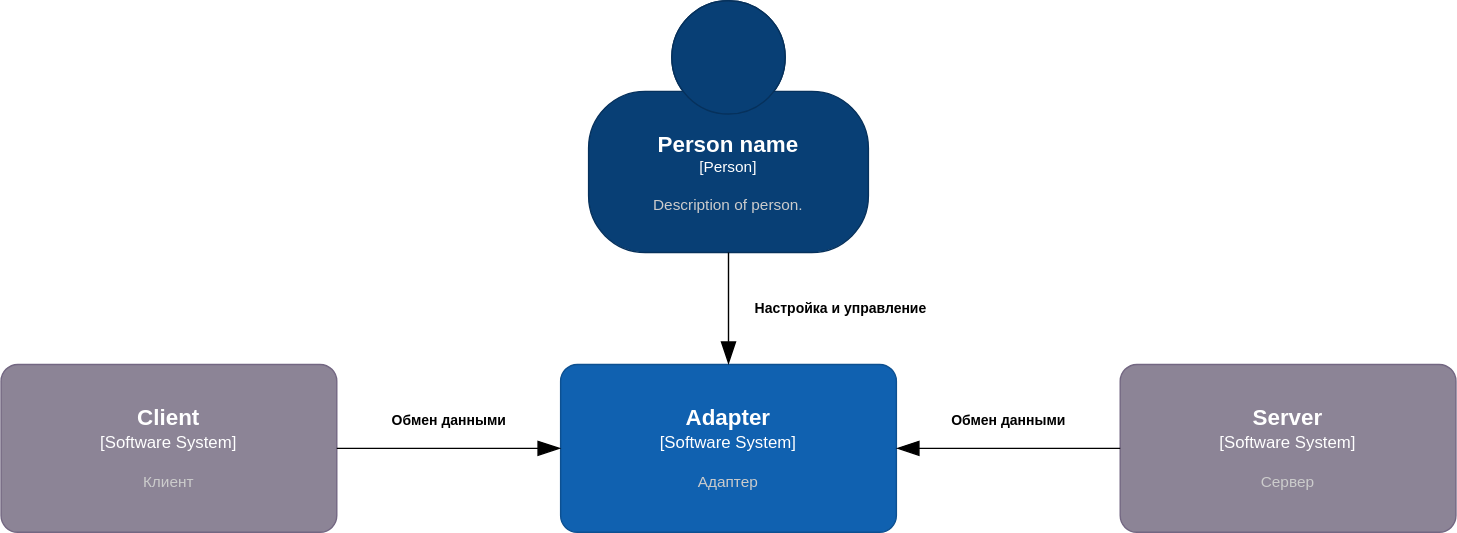
The draw.io diagram diagrams/SystemContextDiagram.svg in OmarovAmir/otus, before a commit. Source tidied: cells renumbered, new cells last; positions are measured from the earlier drawing's top-left corner, leaving out a move shared by most shapes.
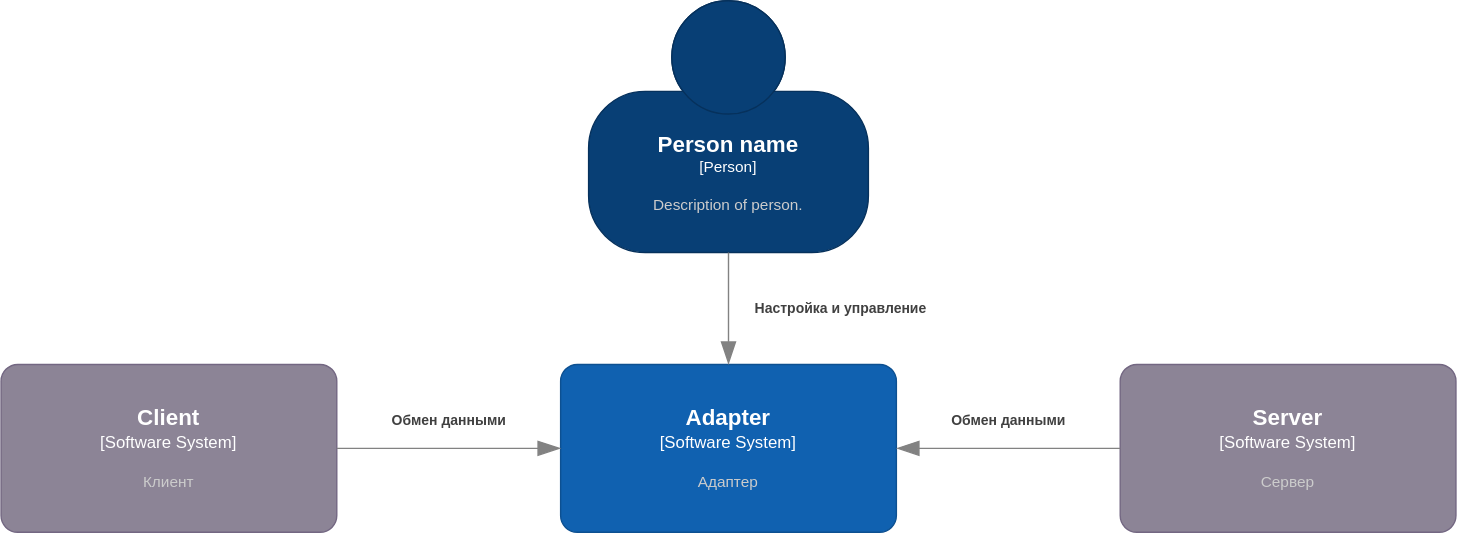
The same file after the commit.

The edit, as a diff of the source:
```diff
@@ -1,4 +1,4 @@
-<mxGraphModel>
+<mxGraphModel background="#ffffff">
   <root>
     <mxCell id="0" />
     <mxCell id="1" parent="0" />
@@ -18,12 +18,12 @@
       </mxCell>
     </object>
     <object id="5" label="&lt;div style=&quot;text-align: left&quot;&gt;&lt;div style=&quot;text-align: center&quot;&gt;&lt;b&gt;%c4Description%&lt;/b&gt;&lt;/div&gt;&lt;/div&gt;" c4Description="Обмен данными" c4Type="Relationship" placeholders="1">
-      <mxCell style="endArrow=blockThin;html=1;fontSize=10;fontColor=#000000;strokeWidth=1;endFill=1;strokeColor=#000000;elbow=vertical;endSize=14;startSize=14;jumpStyle=arc;jumpSize=16;rounded=0;edgeStyle=orthogonalEdgeStyle;exitX=1;exitY=0.5;exitDx=0;exitDy=0;exitPerimeter=0;entryX=0;entryY=0.5;entryDx=0;entryDy=0;entryPerimeter=0;startArrow=none;startFill=0;labelBackgroundColor=none;" parent="1" edge="1" source="2" target="3">
+      <mxCell style="endArrow=blockThin;html=1;fontSize=10;fontColor=#404040;strokeWidth=1;endFill=1;strokeColor=#828282;elbow=vertical;endSize=14;startSize=14;jumpStyle=arc;jumpSize=16;rounded=0;edgeStyle=orthogonalEdgeStyle;exitX=1;exitY=0.5;exitDx=0;exitDy=0;exitPerimeter=0;entryX=0;entryY=0.5;entryDx=0;entryDy=0;entryPerimeter=0;startArrow=none;startFill=0;labelBackgroundColor=none;" parent="1" edge="1" source="2" target="3">
         <mxGeometry y="20" relative="1" as="geometry" />
       </mxCell>
     </object>
     <object id="6" label="&lt;div style=&quot;text-align: left&quot;&gt;&lt;div style=&quot;text-align: center&quot;&gt;&lt;b&gt;%c4Description%&lt;/b&gt;&lt;/div&gt;&lt;/div&gt;" c4Description="Обмен данными" c4Type="Relationship" placeholders="1">
-      <mxCell style="endArrow=none;html=1;fontSize=10;fontColor=#000000;strokeWidth=1;endFill=0;strokeColor=#000000;elbow=vertical;endSize=14;startSize=14;jumpStyle=arc;jumpSize=16;rounded=0;edgeStyle=orthogonalEdgeStyle;entryX=0;entryY=0.5;entryDx=0;entryDy=0;entryPerimeter=0;exitX=1;exitY=0.5;exitDx=0;exitDy=0;exitPerimeter=0;startArrow=blockThin;startFill=1;labelBackgroundColor=none;" parent="1" edge="1" source="3" target="4">
+      <mxCell style="endArrow=none;html=1;fontSize=10;fontColor=#404040;strokeWidth=1;endFill=0;strokeColor=#828282;elbow=vertical;endSize=14;startSize=14;jumpStyle=arc;jumpSize=16;rounded=0;edgeStyle=orthogonalEdgeStyle;entryX=0;entryY=0.5;entryDx=0;entryDy=0;entryPerimeter=0;exitX=1;exitY=0.5;exitDx=0;exitDy=0;exitPerimeter=0;startArrow=blockThin;startFill=1;labelBackgroundColor=none;" parent="1" edge="1" source="3" target="4">
         <mxGeometry y="20" relative="1" as="geometry" />
       </mxCell>
     </object>
@@ -33,7 +33,7 @@
       </mxCell>
     </object>
     <object id="8" label="&lt;div style=&quot;text-align: left&quot;&gt;&lt;div style=&quot;text-align: center&quot;&gt;&lt;b&gt;%c4Description%&lt;/b&gt;&lt;/div&gt;&lt;/div&gt;" c4Description="Настройка и управление" c4Type="Relationship" placeholders="1">
-      <mxCell style="endArrow=blockThin;html=1;fontSize=10;fontColor=#000000;strokeWidth=1;endFill=1;strokeColor=#000000;elbow=vertical;endSize=14;startSize=14;jumpStyle=arc;jumpSize=16;rounded=0;edgeStyle=orthogonalEdgeStyle;exitX=0.5;exitY=1;exitDx=0;exitDy=0;exitPerimeter=0;entryX=0.5;entryY=0;entryDx=0;entryDy=0;entryPerimeter=0;labelBackgroundColor=none;" parent="1" edge="1" source="7" target="3">
+      <mxCell style="endArrow=blockThin;html=1;fontSize=10;fontColor=#404040;strokeWidth=1;endFill=1;strokeColor=#828282;elbow=vertical;endSize=14;startSize=14;jumpStyle=arc;jumpSize=16;rounded=0;edgeStyle=orthogonalEdgeStyle;exitX=0.5;exitY=1;exitDx=0;exitDy=0;exitPerimeter=0;entryX=0.5;entryY=0;entryDx=0;entryDy=0;entryPerimeter=0;labelBackgroundColor=none;" parent="1" edge="1" source="7" target="3">
         <mxGeometry y="80" relative="1" as="geometry" />
       </mxCell>
     </object>
```
